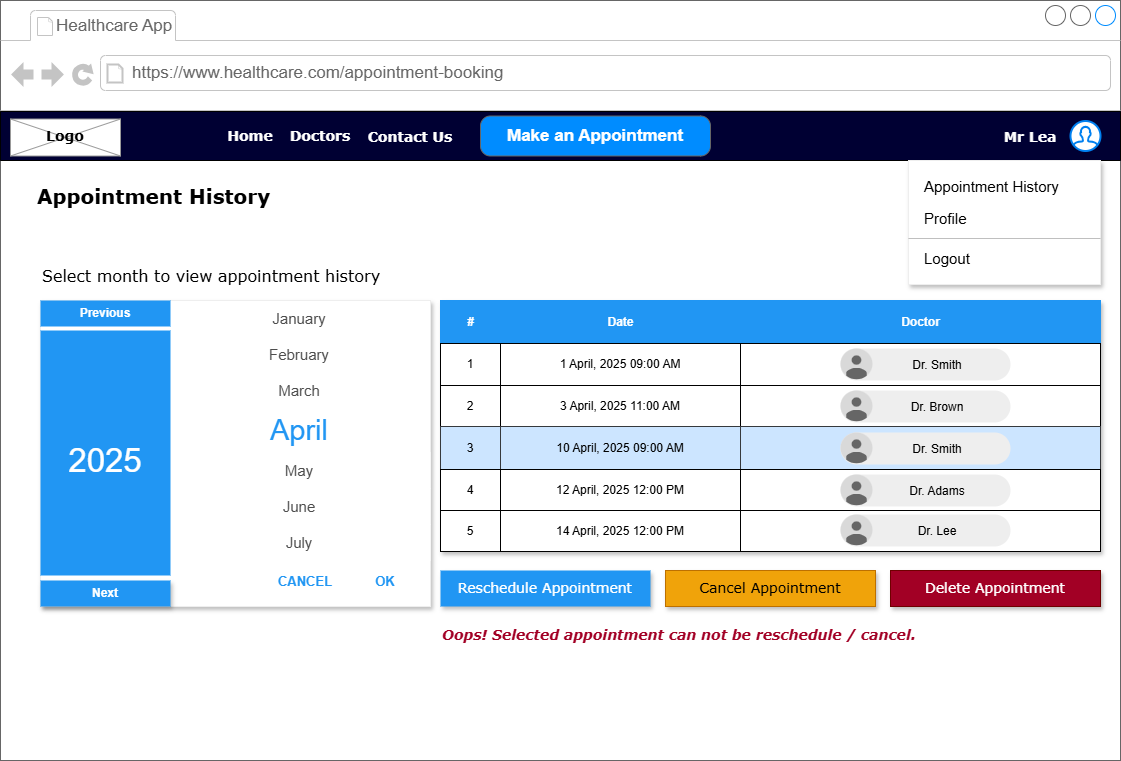
Earlier version of the draw.io export Online-Appointment-for-Healthcare-Clinic/02 - Diagrams/WireFrame_1-AppointmentHistory.png (ZohaibWaqarMalik/Technical-Business-Analyst-Projects). Source tidied: cells renumbered, new cells last; positions are measured from the earlier drawing's top-left corner, leaving out a move shared by most shapes.
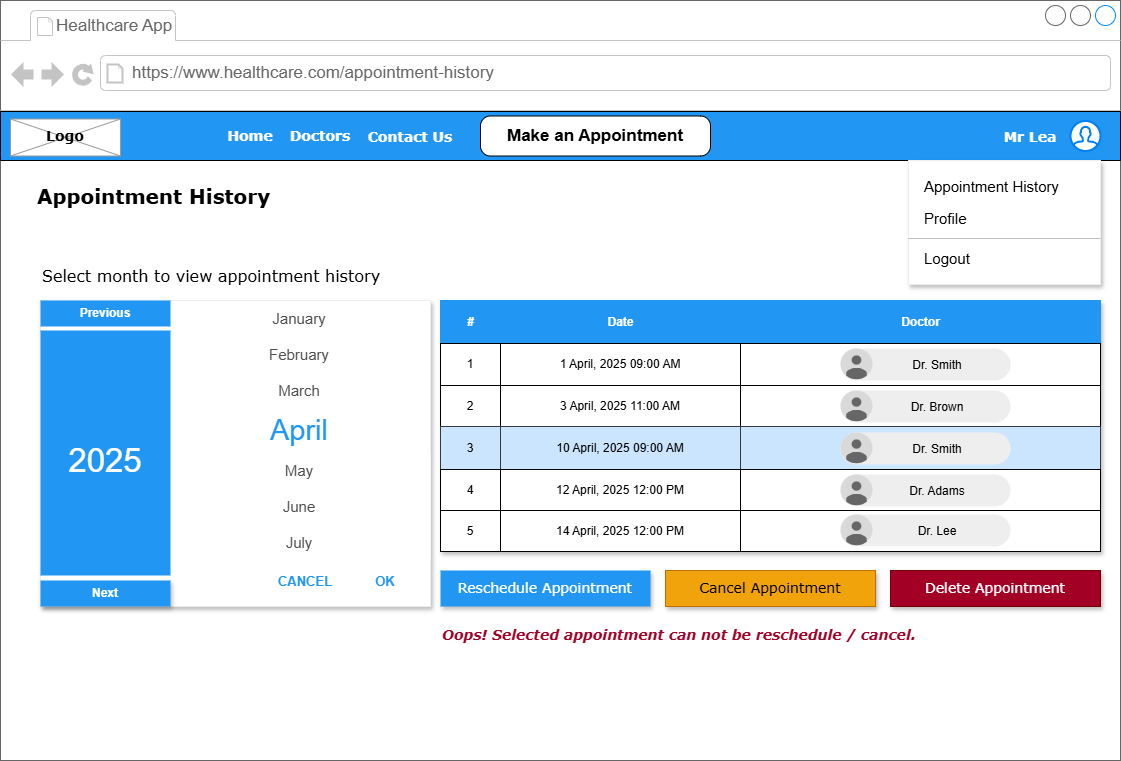
After the commit.

The edit, as a diff of the source:
```diff
@@ -8,13 +8,13 @@
     <mxCell id="3" value="Healthcare App" style="strokeWidth=1;shadow=0;dashed=0;align=center;html=1;shape=mxgraph.mockup.containers.anchor;fontSize=17;fontColor=#666666;align=left;whiteSpace=wrap;" parent="2" vertex="1">
       <mxGeometry x="54" y="10" width="240" height="31" as="geometry" />
     </mxCell>
-    <mxCell id="4" value="https://www.healthcare.com/appointment-booking" style="strokeWidth=1;shadow=0;dashed=0;align=center;html=1;shape=mxgraph.mockup.containers.anchor;rSize=0;fontSize=17;fontColor=#666666;align=left;" parent="2" vertex="1">
+    <mxCell id="4" value="https://www.healthcare.com/appointment-history" style="strokeWidth=1;shadow=0;dashed=0;align=center;html=1;shape=mxgraph.mockup.containers.anchor;rSize=0;fontSize=17;fontColor=#666666;align=left;" parent="2" vertex="1">
       <mxGeometry x="130" y="60" width="390" height="26" as="geometry" />
     </mxCell>
-    <mxCell id="5" style="verticalLabelPosition=bottom;verticalAlign=top;html=1;shape=mxgraph.basic.patternFillRect;fillStyle=solid;step=5;fillStrokeWidth=0.2;fillStrokeColor=#dddddd;fillColor=#000033;" parent="2" vertex="1">
+    <mxCell id="5" style="verticalLabelPosition=bottom;verticalAlign=top;html=1;shape=mxgraph.basic.patternFillRect;fillStyle=solid;step=5;fillStrokeWidth=0.2;fillStrokeColor=#dddddd;fillColor=#2196F3;" parent="2" vertex="1">
       <mxGeometry y="111" width="1120" height="49" as="geometry" />
     </mxCell>
-    <mxCell id="6" value="Make an Appointment" style="strokeWidth=1;shadow=0;dashed=0;align=center;html=1;shape=mxgraph.mockup.buttons.button;strokeColor=#666666;fontColor=#ffffff;mainText=;buttonStyle=round;fontSize=17;fontStyle=1;fillColor=#008cff;whiteSpace=wrap;" parent="2" vertex="1">
+    <mxCell id="6" value="Make an Appointment" style="strokeWidth=1;shadow=0;dashed=0;align=center;html=1;shape=mxgraph.mockup.buttons.button;mainText=;buttonStyle=round;fontSize=17;fontStyle=1;whiteSpace=wrap;" parent="2" vertex="1">
       <mxGeometry x="480" y="115.5" width="230" height="40" as="geometry" />
     </mxCell>
     <mxCell id="7" style="verticalLabelPosition=bottom;shadow=0;dashed=0;align=center;html=1;verticalAlign=top;strokeWidth=1;shape=mxgraph.mockup.graphics.simpleIcon;strokeColor=#999999;" parent="2" vertex="1">
```
